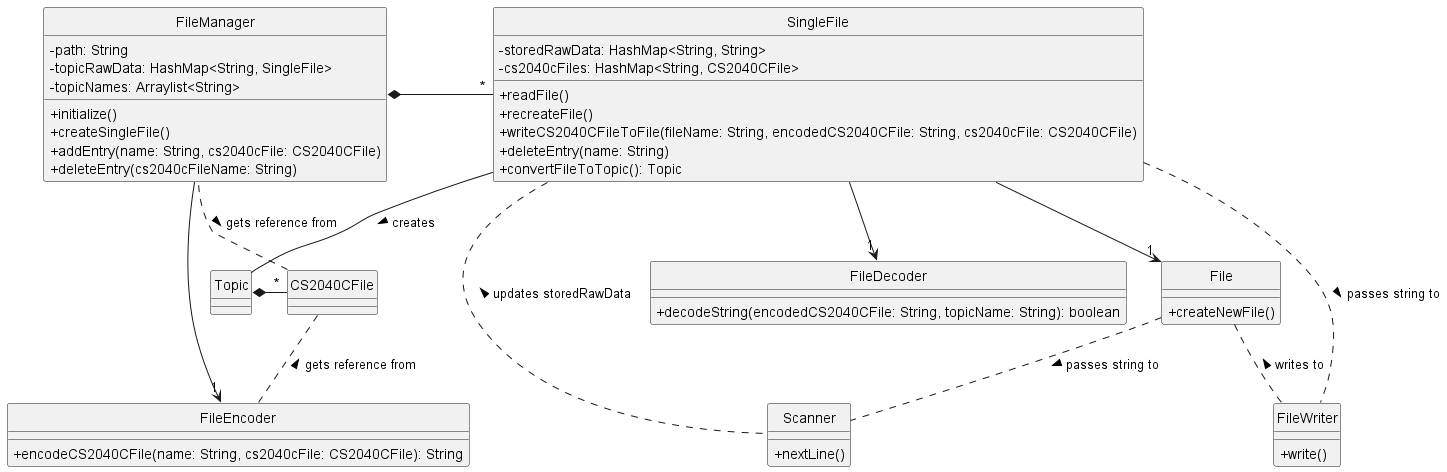
This is docs/class-diagrams/diagrams/FileManagerClass.png from ong-ck/tp, a PlantUML export, as it was before one commit.
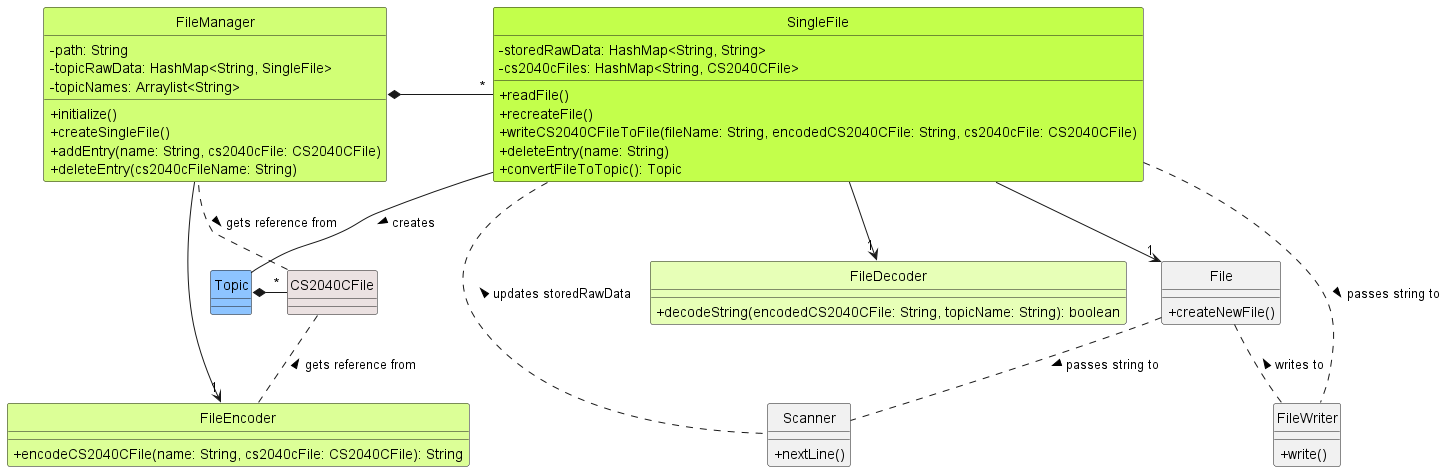
Above is the later version.

The edit, as a diff of the source:
```diff
@@ -1,7 +1,8 @@
 @startuml
 skinparam classAttributeIconSize 0
+!include ../../style.iuml
 
-class FileManager {
+class FileManager FileManager_STYLE {
 -path: String
 -topicRawData: HashMap<String, SingleFile>
 -topicNames: Arraylist<String>
@@ -11,7 +12,7 @@
 +deleteEntry(cs2040cFileName: String)
 }
 
-class SingleFile {
+class SingleFile SingleFile_STYLE {
 -storedRawData: HashMap<String, String>
 -cs2040cFiles: HashMap<String, CS2040CFile>
 +readFile()
@@ -21,11 +22,11 @@
 +convertFileToTopic(): Topic
 }
 
-class FileDecoder {
+class FileDecoder FileDecoder_STYLE {
 +decodeString(encodedCS2040CFile: String, topicName: String): boolean
 }
 
-class FileEncoder {
+class FileEncoder FileEncoder_STYLE {
 +encodeCS2040CFile(name: String, cs2040cFile: CS2040CFile): String
 }
 
@@ -33,10 +34,10 @@
 +createNewFile()
 }
 
-class Topic {
+class Topic Topic_STYLE {
 }
 
-class CS2040CFile {
+class CS2040CFile CS2040CFile_STYLE {
 }
 
 class Scanner {
```
